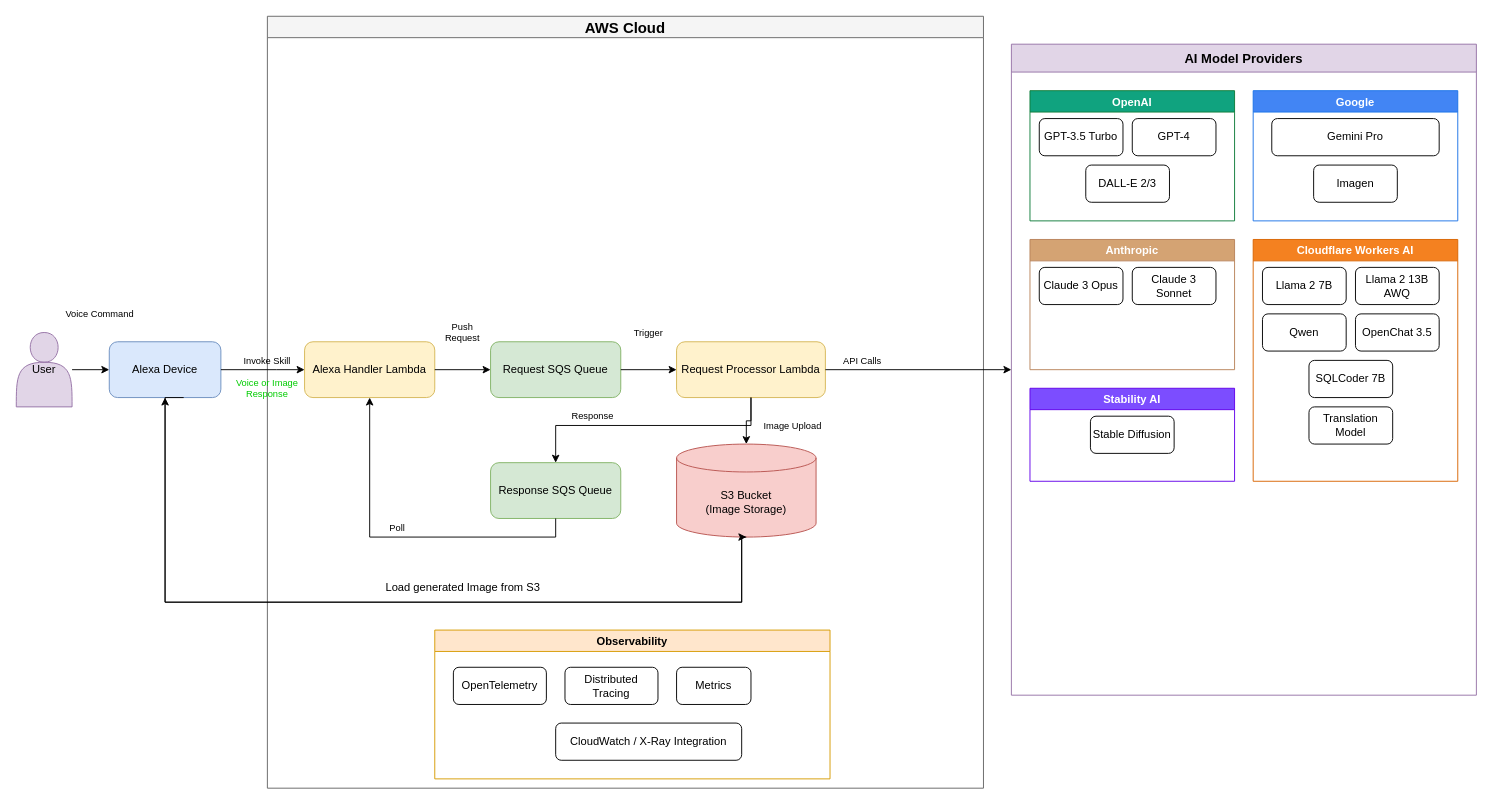
Above: images/alexa-chatgpt-infra-v2.drawio in jackmcguire1/alexa-chatgpt (draw.io), before the change. Source tidied: cells renumbered, new cells numbered last; positions are measured from the earlier drawing's top-left corner, leaving out a move shared by most shapes. Both pictures are drawn from the tidied source at 93%, with x=0, y=0 at pixel (16, 16).
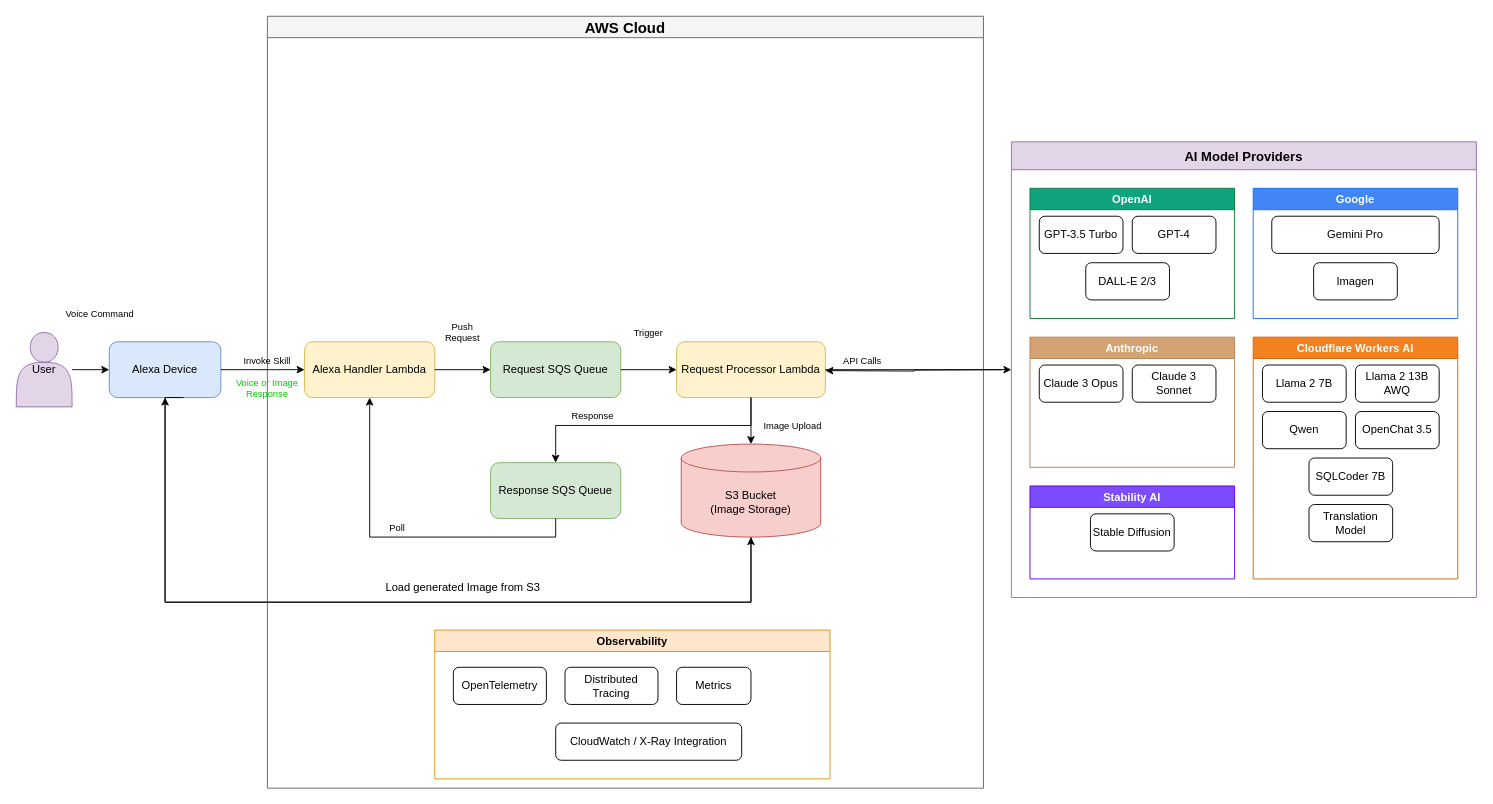
The same diagram, later.

The change refers to these unchanged cells:
```xml
<mxCell id="3" value="Alexa Device" style="rounded=1;whiteSpace=wrap;html=1;fillColor=#dae8fc;strokeColor=#6c8ebf;" parent="1" vertex="1">
  <mxGeometry x="100" y="350" width="120" height="60" as="geometry" />
</mxCell>
<mxCell id="4" value="AWS Cloud" style="swimlane;fillColor=#f5f5f5;strokeColor=#666666;fontSize=16;fontStyle=1;" parent="1" vertex="1">
  <mxGeometry x="270" width="770" height="830" as="geometry" />
</mxCell>
```

The edit, as a diff of the source:
```diff
@@
     <mxCell id="9" value="S3 Bucket&#10;(Image Storage)" style="shape=cylinder3;whiteSpace=wrap;html=1;boundedLbl=1;backgroundOutline=1;size=15;fillColor=#f8cecc;strokeColor=#b85450;" parent="4" vertex="1">
-      <mxGeometry x="440" y="460" width="150" height="100" as="geometry" />
+      <mxGeometry x="445" y="460" width="150" height="100" as="geometry" />
     </mxCell>
@@
     <mxCell id="31" style="edgeStyle=orthogonalEdgeStyle;rounded=0;jettySize=auto;html=1;entryX=0.5;entryY=1;entryDx=0;entryDy=0;exitX=0.5;exitY=1;exitDx=0;exitDy=0;exitPerimeter=0;" parent="1" edge="1" source="9" target="3">
       <mxGeometry relative="1" as="geometry">
         <Array as="points">
-          <mxPoint x="780" y="560" />
-          <mxPoint x="780" y="630" />
+          <mxPoint x="790" y="630" />
           <mxPoint x="160" y="630" />
         </Array>
       </mxGeometry>
     </mxCell>
     <mxCell id="32" style="edgeStyle=orthogonalEdgeStyle;rounded=0;jettySize=auto;html=1;entryX=0.5;entryY=1;entryDx=0;entryDy=0;entryPerimeter=0;" parent="1" edge="1" target="9">
       <mxGeometry relative="1" as="geometry">
         <mxPoint x="180" y="410" as="sourcePoint" />
         <Array as="points">
           <mxPoint x="160" y="410" />
           <mxPoint x="160" y="630" />
-          <mxPoint x="780" y="630" />
-          <mxPoint x="780" y="560" />
+          <mxPoint x="790" y="630" />
         </Array>
       </mxGeometry>
     </mxCell>
     <mxCell id="33" value="AI Model Providers" style="swimlane;fillColor=#e1d5e7;strokeColor=#9673a6;fontSize=14;fontStyle=1;startSize=30;" parent="1" vertex="1">
-      <mxGeometry x="1070" y="30" width="500" height="700" as="geometry" />
+      <mxGeometry x="1070" y="135" width="500" height="490" as="geometry" />
     </mxCell>
@@
+    <mxCell id="55" style="edgeStyle=orthogonalEdgeStyle;rounded=0;orthogonalLoop=1;jettySize=auto;html=1;" parent="1" edge="1">
+      <mxGeometry relative="1" as="geometry">
+        <mxPoint x="1060" y="380" as="sourcePoint" />
+        <mxPoint x="870" y="381" as="targetPoint" />
+      </mxGeometry>
+    </mxCell>
```
